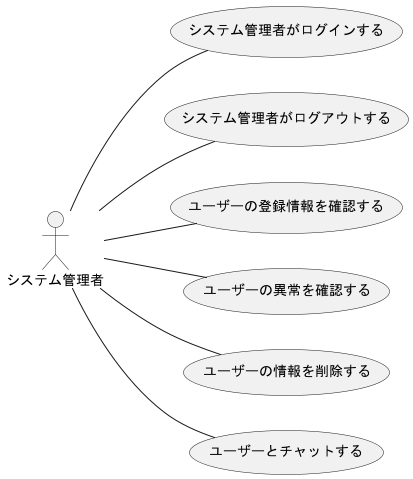
Earlier version of the PlantUML export out/F_usecase_admin/システム管理者_usecase.png (ksw2270227/GroupF). The source it was exported from:
```plantuml
@startuml システム管理者_usecase
left to right direction
actor システム管理者

システム管理者 -- (システム管理者がログインする)
システム管理者 -- (システム管理者がログアウトする)
システム管理者 -- (ユーザーの登録情報を確認する)
システム管理者 -- (ユーザーの異常を確認する)
システム管理者 -- (ユーザーの情報を削除する)
システム管理者 -- (ユーザーとチャットする)



@enduml
```
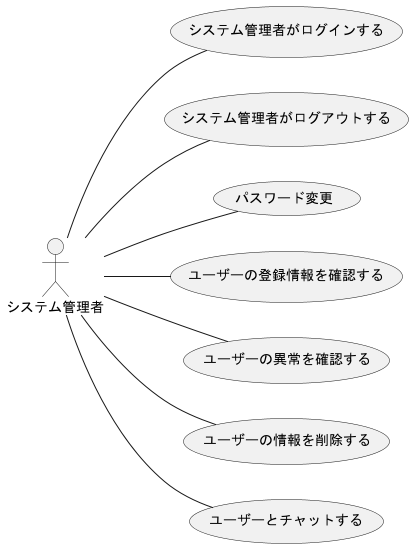
The same file after the commit.

Change to the diagram source:
```diff
@@ -4,6 +4,7 @@
 
 システム管理者 -- (システム管理者がログインする)
 システム管理者 -- (システム管理者がログアウトする)
+システム管理者 -- (パスワード変更)
 システム管理者 -- (ユーザーの登録情報を確認する)
 システム管理者 -- (ユーザーの異常を確認する)
 システム管理者 -- (ユーザーの情報を削除する)
@@ -11,4 +12,5 @@
 
 
 
+
 @enduml
```
